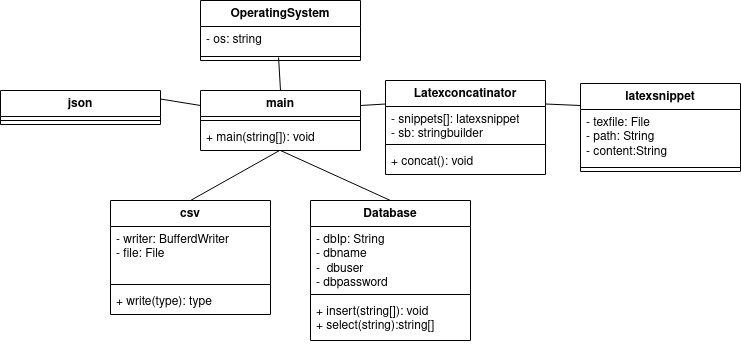
Above: docs/dev/diagramm/uml_klassendiagram_stub.png in j0giwa/autonomous-instant-documents (draw.io), before the change. Source tidied: cells renumbered, new cells last; positions are measured from the earlier drawing's top-left corner, leaving out a move shared by most shapes.
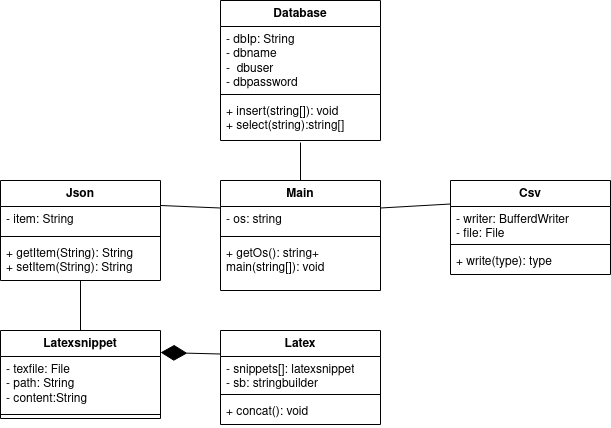
After the change.

Diff of the diagram source:
```diff
@@ -2,17 +2,8 @@
   <root>
     <mxCell id="0" />
     <mxCell id="1" parent="0" />
-    <mxCell id="2" value="main" style="swimlane;fontStyle=1;align=center;verticalAlign=top;horizontal=1;startSize=26;whiteSpace=wrap;html=1;" parent="1" vertex="1">
-      <mxGeometry x="200" y="90" width="160" height="60" as="geometry" />
-    </mxCell>
-    <mxCell id="3" style="line;strokeWidth=1;fillColor=none;align=left;verticalAlign=middle;spacingTop=-1;spacingLeft=3;spacingRight=3;labelPosition=right;strokeColor=inherit;" parent="2" vertex="1">
-      <mxGeometry y="26" width="160" height="8" as="geometry" />
-    </mxCell>
-    <mxCell id="4" value="+ main(string[]): void" style="text;strokeColor=none;fillColor=none;align=left;verticalAlign=top;spacingLeft=4;spacingRight=4;overflow=hidden;points=[[0,0.5],[1,0.5]];portConstraint=eastwest;whiteSpace=wrap;html=1;" parent="2" vertex="1">
-      <mxGeometry y="34" width="160" height="26" as="geometry" />
-    </mxCell>
-    <mxCell id="5" value="&lt;div&gt;Latexconcatinator&lt;/div&gt;" style="swimlane;fontStyle=1;align=center;verticalAlign=top;horizontal=1;startSize=26;whiteSpace=wrap;html=1;" parent="1" vertex="1">
-      <mxGeometry x="385" y="80" width="160" height="94" as="geometry" />
+    <mxCell id="5" value="&lt;div&gt;Latex&lt;/div&gt;&lt;div&gt;&lt;br&gt;&lt;/div&gt;" style="swimlane;fontStyle=1;align=center;verticalAlign=top;horizontal=1;startSize=26;whiteSpace=wrap;html=1;" parent="1" vertex="1">
+      <mxGeometry x="330" y="80" width="160" height="94" as="geometry" />
     </mxCell>
     <mxCell id="6" value="&lt;div&gt;- snippets[]: latexsnippet&lt;/div&gt;&lt;div&gt;- sb: stringbuilder &lt;br&gt;&lt;/div&gt;" style="text;strokeColor=none;fillColor=none;align=left;verticalAlign=top;spacingLeft=4;spacingRight=4;overflow=hidden;whiteSpace=wrap;html=1;" parent="5" vertex="1">
       <mxGeometry y="26" width="160" height="34" as="geometry" />
@@ -23,8 +14,8 @@
     <mxCell id="8" value="+ concat(): void" style="text;strokeColor=none;fillColor=none;align=left;verticalAlign=top;spacingLeft=4;spacingRight=4;overflow=hidden;whiteSpace=wrap;html=1;" parent="5" vertex="1">
       <mxGeometry y="68" width="160" height="26" as="geometry" />
     </mxCell>
-    <mxCell id="9" value="latexsnippet" style="swimlane;fontStyle=1;align=center;verticalAlign=top;horizontal=1;startSize=26;whiteSpace=wrap;html=1;" parent="1" vertex="1">
-      <mxGeometry x="580" y="83" width="160" height="88" as="geometry" />
+    <mxCell id="9" value="&lt;div&gt;Latexsnippet&lt;/div&gt;" style="swimlane;fontStyle=1;align=center;verticalAlign=top;horizontal=1;startSize=26;whiteSpace=wrap;html=1;" parent="1" vertex="1">
+      <mxGeometry x="110" y="80" width="160" height="88" as="geometry" />
     </mxCell>
     <mxCell id="10" value="&lt;div&gt;- texfile: File&lt;/div&gt;&lt;div&gt;- path: String&lt;/div&gt;&lt;div&gt;- content:String&lt;br&gt;&lt;/div&gt;&lt;div&gt;&lt;br&gt;&lt;/div&gt;&lt;div&gt;&lt;br&gt;&lt;/div&gt;" style="text;strokeColor=none;fillColor=none;align=left;verticalAlign=top;spacingLeft=4;spacingRight=4;overflow=hidden;whiteSpace=wrap;html=1;" parent="9" vertex="1">
       <mxGeometry y="26" width="160" height="54" as="geometry" />
@@ -33,7 +24,7 @@
       <mxGeometry y="80" width="160" height="8" as="geometry" />
     </mxCell>
     <mxCell id="12" value="Database" style="swimlane;fontStyle=1;align=center;verticalAlign=top;horizontal=1;startSize=26;whiteSpace=wrap;html=1;" parent="1" vertex="1">
-      <mxGeometry x="310" y="200" width="160" height="140" as="geometry" />
+      <mxGeometry x="330" y="-250" width="160" height="140" as="geometry" />
     </mxCell>
     <mxCell id="13" value="&lt;div&gt;- dbIp: String&lt;/div&gt;&lt;div&gt;- dbname&lt;/div&gt;&lt;div&gt;-&amp;nbsp; dbuser&lt;/div&gt;&lt;div&gt;- dbpassword&lt;/div&gt;&lt;div&gt;&lt;br&gt;&lt;/div&gt;&lt;div&gt;&lt;br&gt;&lt;/div&gt;" style="text;strokeColor=none;fillColor=none;align=left;verticalAlign=top;spacingLeft=4;spacingRight=4;overflow=hidden;whiteSpace=wrap;html=1;" parent="12" vertex="1">
       <mxGeometry y="26" width="160" height="64" as="geometry" />
@@ -44,52 +35,56 @@
     <mxCell id="15" value="&lt;div&gt;+ insert(string[]): void&lt;/div&gt;&lt;div&gt;+ select(string):string[]&lt;br&gt;&lt;/div&gt;" style="text;strokeColor=none;fillColor=none;align=left;verticalAlign=top;spacingLeft=4;spacingRight=4;overflow=hidden;points=[[0,0.5],[1,0.5]];portConstraint=eastwest;whiteSpace=wrap;html=1;" parent="12" vertex="1">
       <mxGeometry y="98" width="160" height="42" as="geometry" />
     </mxCell>
-    <mxCell id="16" value="json" style="swimlane;fontStyle=1;align=center;verticalAlign=top;horizontal=1;startSize=26;whiteSpace=wrap;html=1;" parent="1" vertex="1">
-      <mxGeometry y="90" width="160" height="34" as="geometry" />
-    </mxCell>
-    <mxCell id="17" style="line;strokeWidth=1;fillColor=none;align=left;verticalAlign=middle;spacingTop=-1;spacingLeft=3;spacingRight=3;labelPosition=right;strokeColor=inherit;" parent="16" vertex="1">
-      <mxGeometry y="26" width="160" height="8" as="geometry" />
-    </mxCell>
-    <mxCell id="18" value="OperatingSystem" style="swimlane;fontStyle=1;align=center;verticalAlign=top;horizontal=1;startSize=26;whiteSpace=wrap;html=1;" parent="1" vertex="1">
-      <mxGeometry x="200" width="160" height="60" as="geometry" />
-    </mxCell>
-    <mxCell id="19" value="- os: string" style="text;strokeColor=none;fillColor=none;align=left;verticalAlign=top;spacingLeft=4;spacingRight=4;overflow=hidden;whiteSpace=wrap;html=1;" parent="18" vertex="1">
-      <mxGeometry y="26" width="160" height="26" as="geometry" />
-    </mxCell>
-    <mxCell id="20" style="line;strokeWidth=1;fillColor=none;align=left;verticalAlign=middle;spacingTop=-1;spacingLeft=3;spacingRight=3;labelPosition=right;points=[];portConstraint=eastwest;strokeColor=inherit;" parent="18" vertex="1">
-      <mxGeometry y="52" width="160" height="8" as="geometry" />
-    </mxCell>
-    <mxCell id="21" value="csv" style="swimlane;fontStyle=1;align=center;verticalAlign=top;horizontal=1;startSize=26;whiteSpace=wrap;html=1;" parent="1" vertex="1">
-      <mxGeometry x="110" y="200" width="160" height="114" as="geometry" />
+    <mxCell id="21" value="&lt;div&gt;Csv&lt;/div&gt;" style="swimlane;fontStyle=1;align=center;verticalAlign=top;horizontal=1;startSize=26;whiteSpace=wrap;html=1;" parent="1" vertex="1">
+      <mxGeometry x="560" y="-70" width="160" height="94" as="geometry" />
     </mxCell>
     <mxCell id="22" value="&lt;div&gt;- writer: BufferdWriter&lt;/div&gt;&lt;div&gt;- file: File&lt;br&gt;&lt;/div&gt;" style="text;strokeColor=none;fillColor=none;align=left;verticalAlign=top;spacingLeft=4;spacingRight=4;overflow=hidden;whiteSpace=wrap;html=1;" parent="21" vertex="1">
-      <mxGeometry y="26" width="160" height="54" as="geometry" />
+      <mxGeometry y="26" width="160" height="34" as="geometry" />
     </mxCell>
     <mxCell id="23" style="line;strokeWidth=1;fillColor=none;align=left;verticalAlign=middle;spacingTop=-1;spacingLeft=3;spacingRight=3;labelPosition=right;strokeColor=inherit;" parent="21" vertex="1">
-      <mxGeometry y="80" width="160" height="8" as="geometry" />
+      <mxGeometry y="60" width="160" height="8" as="geometry" />
     </mxCell>
     <mxCell id="24" value="+ write(type): type" style="text;strokeColor=none;fillColor=none;align=left;verticalAlign=top;spacingLeft=4;spacingRight=4;overflow=hidden;whiteSpace=wrap;html=1;" parent="21" vertex="1">
-      <mxGeometry y="88" width="160" height="26" as="geometry" />
+      <mxGeometry y="68" width="160" height="26" as="geometry" />
     </mxCell>
-    <mxCell id="25" style="endArrow=none;html=1;rounded=0;exitX=0.5;exitY=0;exitDx=0;exitDy=0;entryX=0.494;entryY=1;entryDx=0;entryDy=0;entryPerimeter=0;" parent="1" edge="1" source="21" target="4">
-      <mxGeometry relative="1" as="geometry" />
-    </mxCell>
-    <mxCell id="26" style="endArrow=none;html=1;rounded=0;exitX=1;exitY=0.25;exitDx=0;exitDy=0;entryX=0;entryY=0.25;entryDx=0;entryDy=0;" parent="1" edge="1" source="16" target="2">
-      <mxGeometry relative="1" as="geometry" />
-    </mxCell>
-    <mxCell id="27" style="endArrow=none;html=1;rounded=0;exitX=1;exitY=0.25;exitDx=0;exitDy=0;entryX=0;entryY=0.25;entryDx=0;entryDy=0;" parent="1" edge="1" source="2" target="5">
-      <mxGeometry relative="1" as="geometry" />
-    </mxCell>
-    <mxCell id="28" style="endArrow=none;html=1;rounded=0;exitX=0.5;exitY=0;exitDx=0;exitDy=0;" parent="1" edge="1" source="12">
-      <mxGeometry relative="1" as="geometry">
-        <mxPoint x="280" y="150" as="targetPoint" />
-      </mxGeometry>
-    </mxCell>
+    <mxCell id="31" value="Main" style="swimlane;fontStyle=1;align=center;verticalAlign=top;horizontal=1;startSize=26;whiteSpace=wrap;html=1;" parent="1" vertex="1">
+      <mxGeometry x="330" y="-70" width="160" height="110" as="geometry" />
+    </mxCell>
+    <mxCell id="19" value="- os: string" style="text;strokeColor=none;fillColor=none;align=left;verticalAlign=top;spacingLeft=4;spacingRight=4;overflow=hidden;whiteSpace=wrap;html=1;" parent="31" vertex="1">
+      <mxGeometry y="26" width="160" height="26" as="geometry" />
+    </mxCell>
+    <mxCell id="32" style="line;strokeWidth=1;fillColor=none;align=left;verticalAlign=middle;spacingTop=-1;spacingLeft=3;spacingRight=3;labelPosition=right;strokeColor=inherit;" parent="31" vertex="1">
+      <mxGeometry y="52" width="160" height="8" as="geometry" />
+    </mxCell>
+    <mxCell id="33" value="&lt;div&gt;+ getOs(): string+ main(string[]): void&lt;/div&gt;" style="text;strokeColor=none;fillColor=none;align=left;verticalAlign=top;spacingLeft=4;spacingRight=4;overflow=hidden;whiteSpace=wrap;html=1;" parent="31" vertex="1">
+      <mxGeometry y="60" width="160" height="50" as="geometry" />
+    </mxCell>
+    <mxCell id="34" value="Json" style="swimlane;fontStyle=1;align=center;verticalAlign=top;horizontal=1;startSize=26;whiteSpace=wrap;html=1;" parent="1" vertex="1">
+      <mxGeometry x="110" y="-70" width="160" height="100" as="geometry" />
+    </mxCell>
+    <mxCell id="35" value="- item: String" style="text;strokeColor=none;fillColor=none;align=left;verticalAlign=top;spacingLeft=4;spacingRight=4;overflow=hidden;whiteSpace=wrap;html=1;" parent="34" vertex="1">
+      <mxGeometry y="26" width="160" height="26" as="geometry" />
+    </mxCell>
+    <mxCell id="36" style="line;strokeWidth=1;fillColor=none;align=left;verticalAlign=middle;spacingTop=-1;spacingLeft=3;spacingRight=3;labelPosition=right;strokeColor=inherit;" parent="34" vertex="1">
+      <mxGeometry y="52" width="160" height="8" as="geometry" />
+    </mxCell>
+    <mxCell id="37" value="&lt;div&gt;+ getItem(String): String&lt;/div&gt;&lt;div&gt;+ setItem(String): String&lt;br&gt;&lt;/div&gt;" style="text;strokeColor=none;fillColor=none;align=left;verticalAlign=top;spacingLeft=4;spacingRight=4;overflow=hidden;points=[[0,0.5],[1,0.5]];portConstraint=eastwest;whiteSpace=wrap;html=1;" parent="34" vertex="1">
+      <mxGeometry y="60" width="160" height="40" as="geometry" />
+    </mxCell>
-    <mxCell id="29" style="endArrow=none;html=1;rounded=0;entryX=0;entryY=0.25;entryDx=0;entryDy=0;exitX=1;exitY=0.25;exitDx=0;exitDy=0;" parent="1" edge="1" source="5" target="9">
+    <mxCell id="29" style="endArrow=diamondThin;endFill=1;endSize=24;html=1;rounded=0;entryX=1;entryY=0.25;entryDx=0;entryDy=0;exitX=0;exitY=0.25;exitDx=0;exitDy=0;" parent="1" edge="1" source="5" target="9">
       <mxGeometry relative="1" as="geometry" />
     </mxCell>
-    <mxCell id="30" style="endArrow=none;html=1;rounded=0;entryX=0.5;entryY=0;entryDx=0;entryDy=0;exitX=0.488;exitY=0.625;exitDx=0;exitDy=0;exitPerimeter=0;" parent="1" edge="1" source="20" target="2">
-      <mxGeometry relative="1" as="geometry" />
-    </mxCell>
+    <mxCell id="38" style="endArrow=none;html=1;rounded=0;exitX=0.5;exitY=1;exitDx=0;exitDy=0;exitPerimeter=0;entryX=0.5;entryY=0;entryDx=0;entryDy=0;" parent="1" edge="1" source="37" target="9">
+      <mxGeometry relative="1" as="geometry" />
+    </mxCell>
+    <mxCell id="39" style="endArrow=none;html=1;rounded=0;exitX=1;exitY=0.25;exitDx=0;exitDy=0;entryX=0;entryY=0.25;entryDx=0;entryDy=0;" parent="1" edge="1" source="34" target="31">
+      <mxGeometry relative="1" as="geometry" />
+    </mxCell>
+    <mxCell id="40" style="endArrow=none;html=1;rounded=0;exitX=1;exitY=0.25;exitDx=0;exitDy=0;entryX=0;entryY=0.25;entryDx=0;entryDy=0;" parent="1" edge="1" source="31" target="21">
+      <mxGeometry relative="1" as="geometry" />
+    </mxCell>
+    <mxCell id="41" style="endArrow=none;html=1;rounded=0;exitX=0.5;exitY=0;exitDx=0;exitDy=0;entryX=0.5;entryY=1.048;entryDx=0;entryDy=0;entryPerimeter=0;" parent="1" edge="1" source="31" target="15">
+      <mxGeometry relative="1" as="geometry" />
+    </mxCell>
   </root>
 </mxGraphModel>
```
